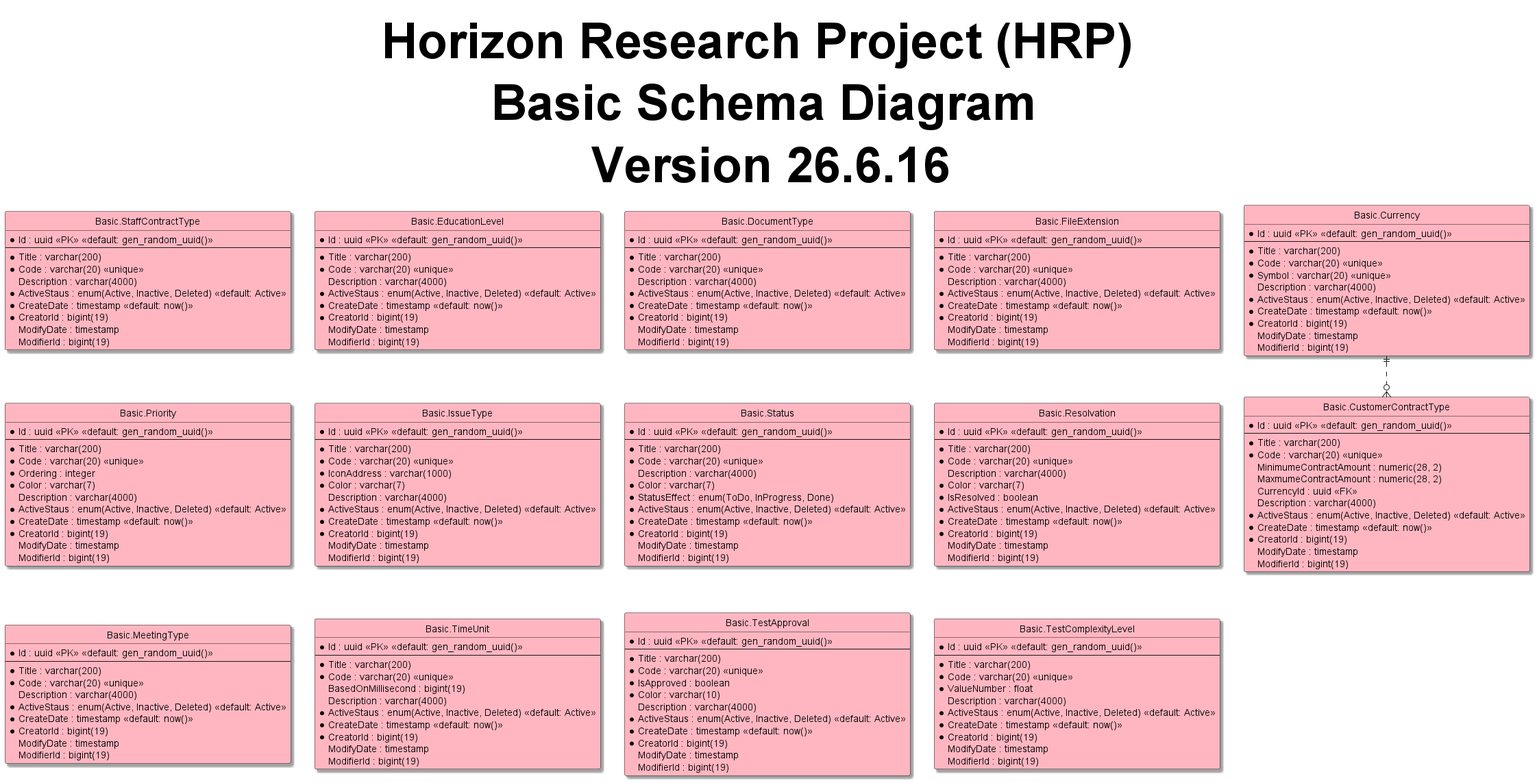
Before: 2-HorizonModeling/2.3-HorizonUml/out/ERD/Schemas/BasicSchemaDiagram.png, a diagram exported from PlantUML (shadowfox1984/Horizon).
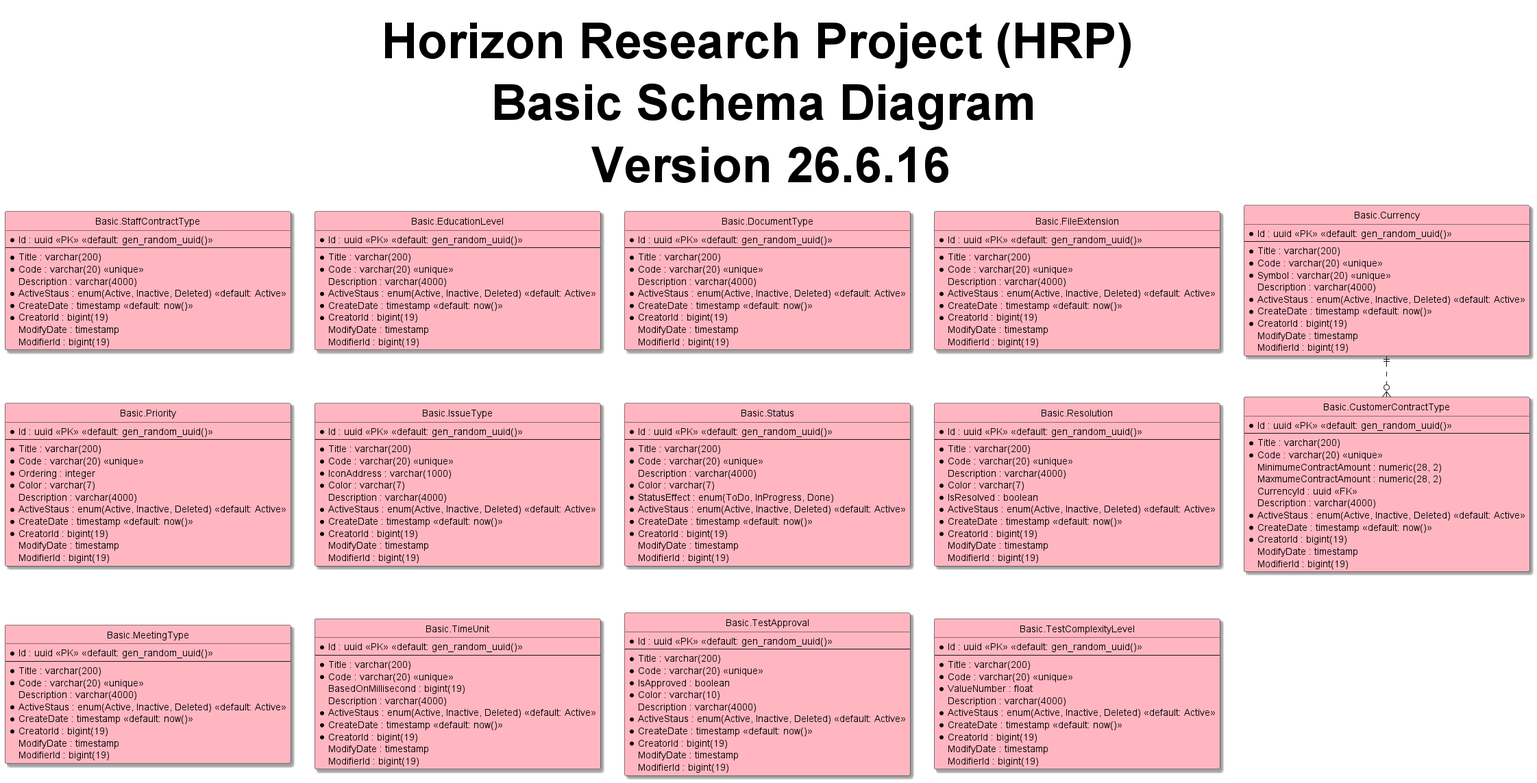
Above is the later version.

Change to the diagram source:
```diff
@@ -120,7 +120,7 @@
   ModifierId : bigint(19)
 }
 
-entity "Basic.Resolvation" as resolvation #LightPink{
+entity "Basic.Resolution" as resolution #LightPink{
   *Id : uuid <<PK>> <<default: gen_random_uuid()>>
   --
   *Title : varchar(200)
```
